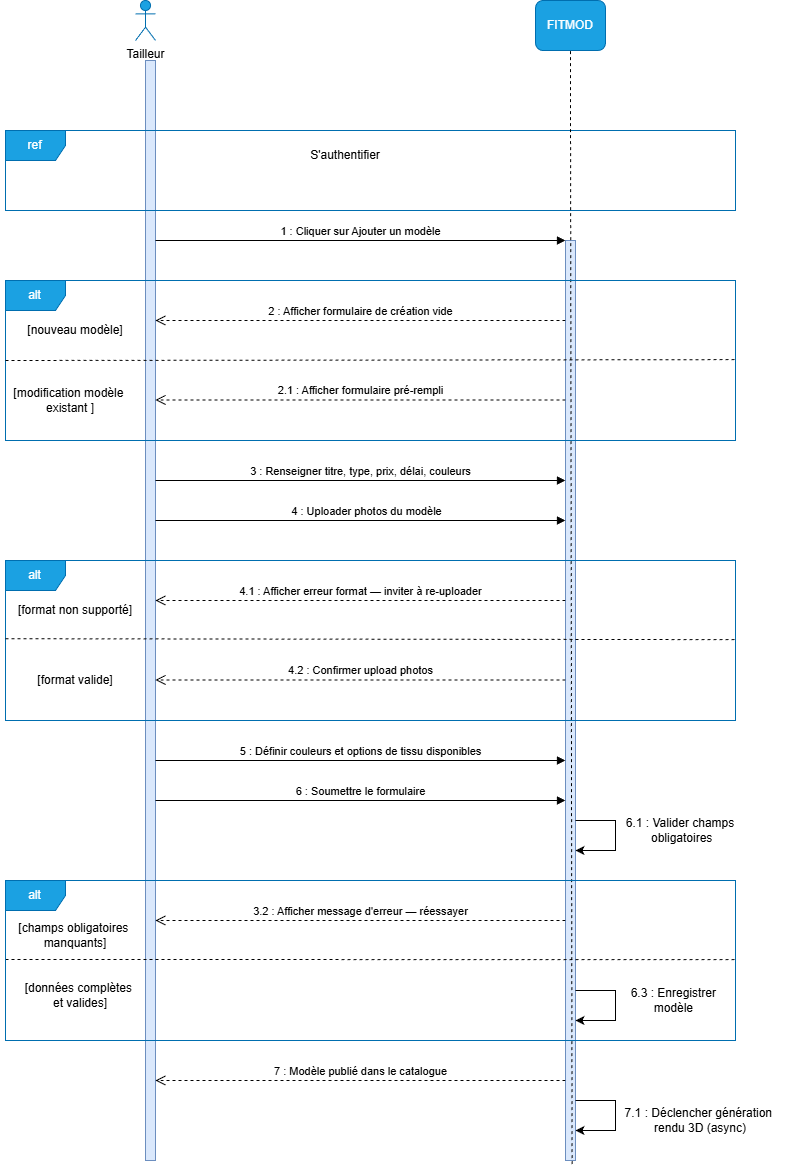
This is Tailleur_publier_commande_Sequence.png from Kim-SypherX/Soutenance, a draw.io export, as it was before one commit. Source tidied: cells renumbered, new cells last; positions are measured from the earlier drawing's top-left corner, leaving out a move shared by most shapes.
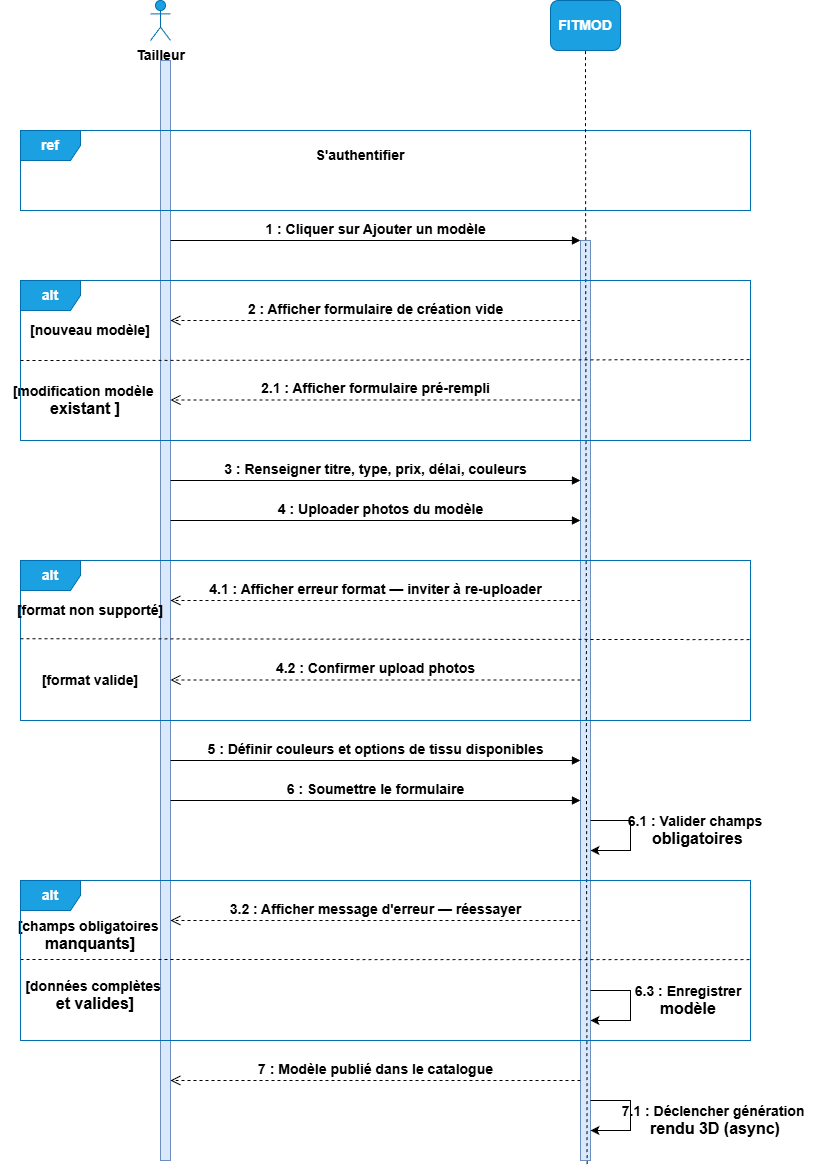
After the commit.

What changed in the source:
```diff
@@ -8,30 +8,30 @@
     <mxCell id="3" style="html=1;points=[[0,0,0,0,5],[0,1,0,0,-5],[1,0,0,0,5],[1,1,0,0,-5]];perimeter=orthogonalPerimeter;outlineConnect=0;targetShapes=umlLifeline;portConstraint=eastwest;newEdgeStyle={&quot;curved&quot;:0,&quot;rounded&quot;:0};fillColor=#dae8fc;strokeColor=#6c8ebf;" parent="1" vertex="1">
       <mxGeometry x="565" y="240" width="10" height="920" as="geometry" />
     </mxCell>
-    <mxCell id="4" value="&lt;span style=&quot;color: rgb(0, 0, 0);&quot;&gt;Tailleur&lt;/span&gt;" style="shape=umlActor;verticalLabelPosition=bottom;verticalAlign=top;html=1;fillColor=#1ba1e2;fontColor=#ffffff;strokeColor=#006EAF;" parent="1" vertex="1">
+    <mxCell id="4" value="&lt;span style=&quot;color: rgb(0, 0, 0);&quot;&gt;&lt;font style=&quot;font-size: 14px;&quot;&gt;&lt;b&gt;Tailleur&lt;/b&gt;&lt;/font&gt;&lt;/span&gt;" style="shape=umlActor;verticalLabelPosition=bottom;verticalAlign=top;html=1;fillColor=#1ba1e2;fontColor=#ffffff;strokeColor=#006EAF;" parent="1" vertex="1">
       <mxGeometry x="135" width="20" height="40" as="geometry" />
     </mxCell>
-    <mxCell id="5" value="FITMOD" style="rounded=1;whiteSpace=wrap;html=1;fillColor=#1ba1e2;fontColor=#ffffff;strokeColor=#006EAF;" parent="1" vertex="1">
+    <mxCell id="5" value="&lt;font style=&quot;font-size: 14px;&quot;&gt;&lt;b&gt;FITMOD&lt;/b&gt;&lt;/font&gt;" style="rounded=1;whiteSpace=wrap;html=1;fillColor=#1ba1e2;fontColor=#ffffff;strokeColor=#006EAF;" parent="1" vertex="1">
       <mxGeometry x="535" width="70" height="50" as="geometry" />
     </mxCell>
-    <mxCell id="6" value="S'authentifier" style="text;html=1;whiteSpace=wrap;strokeColor=none;fillColor=none;align=center;verticalAlign=middle;rounded=0;" parent="1" vertex="1">
+    <mxCell id="6" value="&lt;b&gt;&lt;font style=&quot;font-size: 14px;&quot;&gt;S'authentifier&lt;/font&gt;&lt;/b&gt;" style="text;html=1;whiteSpace=wrap;strokeColor=none;fillColor=none;align=center;verticalAlign=middle;rounded=0;" parent="1" vertex="1">
       <mxGeometry x="290" y="140" width="110" height="30" as="geometry" />
     </mxCell>
-    <mxCell id="7" value="1 : Cliquer sur Ajouter un&amp;nbsp;&lt;span lang=&quot;fr-BF&quot; style=&quot;font-family: Arial, sans-serif;&quot;&gt;&lt;font&gt;modèle&lt;/font&gt;&lt;/span&gt;" style="html=1;verticalAlign=bottom;endArrow=block;curved=0;rounded=0;" parent="1" edge="1" target="3">
+    <mxCell id="7" value="&lt;font style=&quot;font-size: 14px;&quot;&gt;&lt;b&gt;1 : Cliquer sur Ajouter un&amp;nbsp;&lt;span lang=&quot;fr-BF&quot; style=&quot;font-family: Arial, sans-serif;&quot;&gt;&lt;font&gt;modèle&lt;/font&gt;&lt;/span&gt;&lt;/b&gt;&lt;/font&gt;" style="html=1;verticalAlign=bottom;endArrow=block;curved=0;rounded=0;" parent="1" edge="1" target="3">
       <mxGeometry relative="1" as="geometry">
         <mxPoint x="155" y="240" as="sourcePoint" />
       </mxGeometry>
     </mxCell>
-    <mxCell id="8" value="3.2 : Afficher message d'erreur — réessayer" style="html=1;verticalAlign=bottom;endArrow=open;dashed=1;endSize=8;curved=0;rounded=0;" parent="1" edge="1">
+    <mxCell id="8" value="&lt;font style=&quot;font-size: 14px;&quot;&gt;&lt;b&gt;3.2 : Afficher message d'erreur — réessayer&lt;/b&gt;&lt;/font&gt;" style="html=1;verticalAlign=bottom;endArrow=open;dashed=1;endSize=8;curved=0;rounded=0;" parent="1" edge="1">
       <mxGeometry relative="1" as="geometry">
         <mxPoint x="565" y="920" as="sourcePoint" />
         <mxPoint x="155" y="920" as="targetPoint" />
       </mxGeometry>
     </mxCell>
-    <mxCell id="9" value="ref" style="shape=umlFrame;whiteSpace=wrap;html=1;fillColor=#1ba1e2;strokeColor=#006EAF;fontColor=#ffffff;" parent="1" vertex="1">
+    <mxCell id="9" value="&lt;font style=&quot;font-size: 14px;&quot;&gt;&lt;b&gt;ref&lt;/b&gt;&lt;/font&gt;" style="shape=umlFrame;whiteSpace=wrap;html=1;fillColor=#1ba1e2;strokeColor=#006EAF;fontColor=#ffffff;" parent="1" vertex="1">
       <mxGeometry x="5" y="130" width="730" height="80" as="geometry" />
     </mxCell>
-    <mxCell id="10" value="4.1 : Afficher erreur format — inviter à re-uploader" style="html=1;verticalAlign=bottom;endArrow=open;dashed=1;endSize=8;curved=0;rounded=0;" parent="1" edge="1">
+    <mxCell id="10" value="&lt;font style=&quot;font-size: 14px;&quot;&gt;&lt;b&gt;4.1 : Afficher erreur format — inviter à re-uploader&lt;/b&gt;&lt;/font&gt;" style="html=1;verticalAlign=bottom;endArrow=open;dashed=1;endSize=8;curved=0;rounded=0;" parent="1" edge="1">
       <mxGeometry relative="1" as="geometry">
         <mxPoint x="565" y="600" as="sourcePoint" />
         <mxPoint x="155" y="600" as="targetPoint" />
@@ -45,8 +45,8 @@
         </Array>
       </mxGeometry>
     </mxCell>
-    <mxCell id="12" value="[champs obligatoires&amp;nbsp;&lt;div&gt;manquants]&lt;/div&gt;" style="text;html=1;whiteSpace=wrap;strokeColor=none;fillColor=none;align=center;verticalAlign=middle;rounded=0;" parent="1" vertex="1">
-      <mxGeometry x="5" y="915" width="140" height="40" as="geometry" />
+    <mxCell id="12" value="&lt;font style=&quot;font-size: 14px;&quot;&gt;&lt;b&gt;[champs obligatoires&amp;nbsp;&lt;/b&gt;&lt;/font&gt;&lt;div&gt;&lt;font size=&quot;3&quot;&gt;&lt;b&gt;manquants]&lt;/b&gt;&lt;/font&gt;&lt;/div&gt;" style="text;html=1;whiteSpace=wrap;strokeColor=none;fillColor=none;align=center;verticalAlign=middle;rounded=0;" parent="1" vertex="1">
+      <mxGeometry x="-10" y="910" width="170" height="50" as="geometry" />
     </mxCell>
     <mxCell id="13" style="endArrow=none;dashed=1;html=1;rounded=0;entryX=1;entryY=0.561;entryDx=0;entryDy=0;entryPerimeter=0;" parent="1" edge="1">
       <mxGeometry relative="1" as="geometry">
@@ -54,34 +54,34 @@
         <mxPoint x="735" y="959.1" as="targetPoint" />
       </mxGeometry>
     </mxCell>
-    <mxCell id="14" value="[nouveau modèle]" style="text;html=1;whiteSpace=wrap;strokeColor=none;fillColor=none;align=center;verticalAlign=middle;rounded=0;" parent="1" vertex="1">
-      <mxGeometry x="15" y="315" width="120" height="30" as="geometry" />
+    <mxCell id="14" value="&lt;font style=&quot;font-size: 14px;&quot;&gt;&lt;b&gt;[nouveau modèle]&lt;/b&gt;&lt;/font&gt;" style="text;html=1;whiteSpace=wrap;strokeColor=none;fillColor=none;align=center;verticalAlign=middle;rounded=0;" parent="1" vertex="1">
+      <mxGeometry x="5" y="315" width="140" height="30" as="geometry" />
     </mxCell>
-    <mxCell id="15" value="&lt;div&gt;6.1 : Valider champs&lt;/div&gt;&lt;div&gt;&amp;nbsp;obligatoires&lt;/div&gt;" style="text;html=1;whiteSpace=wrap;strokeColor=none;fillColor=none;align=center;verticalAlign=middle;rounded=0;" parent="1" vertex="1">
-      <mxGeometry x="615" y="810" width="130" height="40" as="geometry" />
+    <mxCell id="15" value="&lt;div&gt;&lt;b&gt;&lt;font style=&quot;font-size: 14px;&quot;&gt;6.1 : Valider champs&lt;/font&gt;&lt;/b&gt;&lt;/div&gt;&lt;div&gt;&lt;b&gt;&lt;font size=&quot;3&quot;&gt;&amp;nbsp;obligatoires&lt;/font&gt;&lt;/b&gt;&lt;/div&gt;" style="text;html=1;whiteSpace=wrap;strokeColor=none;fillColor=none;align=center;verticalAlign=middle;rounded=0;" parent="1" vertex="1">
+      <mxGeometry x="600" y="805" width="160" height="50" as="geometry" />
     </mxCell>
-    <mxCell id="16" value="5 : Définir couleurs et options de tissu disponibles" style="html=1;verticalAlign=bottom;endArrow=block;curved=0;rounded=0;" parent="1" edge="1">
+    <mxCell id="16" value="&lt;b&gt;&lt;font style=&quot;font-size: 14px;&quot;&gt;5 : Définir couleurs et options de tissu disponibles&lt;/font&gt;&lt;/b&gt;" style="html=1;verticalAlign=bottom;endArrow=block;curved=0;rounded=0;" parent="1" edge="1">
       <mxGeometry relative="1" as="geometry">
         <mxPoint x="155" y="760" as="sourcePoint" />
         <mxPoint x="565" y="760" as="targetPoint" />
       </mxGeometry>
     </mxCell>
-    <mxCell id="17" value="4.2 : Confirmer upload photos" style="html=1;verticalAlign=bottom;endArrow=open;dashed=1;endSize=8;curved=0;rounded=0;" parent="1" edge="1">
+    <mxCell id="17" value="&lt;font style=&quot;font-size: 14px;&quot;&gt;&lt;b&gt;4.2 : Confirmer upload photos&lt;/b&gt;&lt;/font&gt;" style="html=1;verticalAlign=bottom;endArrow=open;dashed=1;endSize=8;curved=0;rounded=0;" parent="1" edge="1">
       <mxGeometry relative="1" as="geometry">
         <mxPoint x="565" y="679.5" as="sourcePoint" />
         <mxPoint x="155" y="679.5" as="targetPoint" />
       </mxGeometry>
     </mxCell>
-    <mxCell id="18" value="alt" style="shape=umlFrame;whiteSpace=wrap;html=1;fillColor=#1ba1e2;strokeColor=#006EAF;fontColor=#ffffff;" parent="1" vertex="1">
+    <mxCell id="18" value="&lt;b&gt;&lt;font style=&quot;font-size: 14px;&quot;&gt;alt&lt;/font&gt;&lt;/b&gt;" style="shape=umlFrame;whiteSpace=wrap;html=1;fillColor=#1ba1e2;strokeColor=#006EAF;fontColor=#ffffff;" parent="1" vertex="1">
       <mxGeometry x="5" y="880" width="730" height="160" as="geometry" />
     </mxCell>
-    <mxCell id="19" value="7 : Modèle publié dans le catalogue" style="html=1;verticalAlign=bottom;endArrow=open;dashed=1;endSize=8;curved=0;rounded=0;" parent="1" edge="1">
+    <mxCell id="19" value="&lt;font style=&quot;font-size: 14px;&quot;&gt;&lt;b&gt;7 : Modèle publié dans le catalogue&lt;/b&gt;&lt;/font&gt;" style="html=1;verticalAlign=bottom;endArrow=open;dashed=1;endSize=8;curved=0;rounded=0;" parent="1" edge="1">
       <mxGeometry relative="1" as="geometry">
         <mxPoint x="565" y="1080" as="sourcePoint" />
         <mxPoint x="155" y="1080" as="targetPoint" />
       </mxGeometry>
     </mxCell>
-    <mxCell id="20" value="6 : Soumettre le formulaire" style="html=1;verticalAlign=bottom;endArrow=block;curved=0;rounded=0;" parent="1" edge="1">
+    <mxCell id="20" value="&lt;font style=&quot;font-size: 14px;&quot;&gt;&lt;b&gt;6 : Soumettre le formulaire&lt;/b&gt;&lt;/font&gt;" style="html=1;verticalAlign=bottom;endArrow=block;curved=0;rounded=0;" parent="1" edge="1">
       <mxGeometry relative="1" as="geometry">
         <mxPoint x="155" y="800" as="sourcePoint" />
         <mxPoint x="565" y="800" as="targetPoint" />
@@ -97,7 +97,7 @@
         </Array>
       </mxGeometry>
     </mxCell>
-    <mxCell id="22" value="alt" style="shape=umlFrame;whiteSpace=wrap;html=1;fillColor=#1ba1e2;strokeColor=#006EAF;fontColor=#ffffff;" parent="1" vertex="1">
+    <mxCell id="22" value="&lt;font style=&quot;font-size: 14px;&quot;&gt;&lt;b&gt;alt&lt;/b&gt;&lt;/font&gt;" style="shape=umlFrame;whiteSpace=wrap;html=1;fillColor=#1ba1e2;strokeColor=#006EAF;fontColor=#ffffff;" parent="1" vertex="1">
       <mxGeometry x="5" y="560" width="730" height="160" as="geometry" />
     </mxCell>
     <mxCell id="23" style="endArrow=none;dashed=1;html=1;rounded=0;entryX=1;entryY=0.561;entryDx=0;entryDy=0;entryPerimeter=0;exitX=0;exitY=0.489;exitDx=0;exitDy=0;exitPerimeter=0;" parent="1" edge="1" source="22">
@@ -105,8 +105,8 @@
         <mxPoint x="735" y="639.1" as="targetPoint" />
       </mxGeometry>
     </mxCell>
-    <mxCell id="24" value="[données complètes&amp;nbsp;&lt;div&gt;et valides]&lt;/div&gt;" style="text;html=1;whiteSpace=wrap;strokeColor=none;fillColor=none;align=center;verticalAlign=middle;rounded=0;" parent="1" vertex="1">
-      <mxGeometry x="15" y="975" width="130" height="40" as="geometry" />
+    <mxCell id="24" value="&lt;b&gt;&lt;font style=&quot;font-size: 14px;&quot;&gt;[données complètes&amp;nbsp;&lt;/font&gt;&lt;/b&gt;&lt;div&gt;&lt;b&gt;&lt;font size=&quot;3&quot;&gt;et valides]&lt;/font&gt;&lt;/b&gt;&lt;/div&gt;" style="text;html=1;whiteSpace=wrap;strokeColor=none;fillColor=none;align=center;verticalAlign=middle;rounded=0;" parent="1" vertex="1">
+      <mxGeometry y="970" width="160" height="50" as="geometry" />
     </mxCell>
     <mxCell id="25" style="endArrow=classic;html=1;rounded=0;" parent="1" edge="1">
       <mxGeometry relative="1" as="geometry">
@@ -118,31 +118,31 @@
         </Array>
       </mxGeometry>
     </mxCell>
-    <mxCell id="26" value="&lt;div&gt;[modification modèle&amp;nbsp;&lt;/div&gt;&lt;div&gt;existant &lt;span style=&quot;background-color: transparent; color: light-dark(rgb(0, 0, 0), rgb(255, 255, 255));&quot;&gt;]&lt;/span&gt;&lt;/div&gt;" style="text;html=1;whiteSpace=wrap;strokeColor=none;fillColor=none;align=center;verticalAlign=middle;rounded=0;" parent="1" vertex="1">
-      <mxGeometry y="380" width="140" height="40" as="geometry" />
+    <mxCell id="26" value="&lt;div&gt;&lt;font style=&quot;font-size: 14px;&quot;&gt;&lt;b&gt;[modification modèle&amp;nbsp;&lt;/b&gt;&lt;/font&gt;&lt;/div&gt;&lt;div&gt;&lt;font size=&quot;3&quot;&gt;&lt;b&gt;existant &lt;span style=&quot;background-color: transparent; color: light-dark(rgb(0, 0, 0), rgb(255, 255, 255));&quot;&gt;]&lt;/span&gt;&lt;/b&gt;&lt;/font&gt;&lt;/div&gt;" style="text;html=1;whiteSpace=wrap;strokeColor=none;fillColor=none;align=center;verticalAlign=middle;rounded=0;" parent="1" vertex="1">
+      <mxGeometry x="-15" y="375" width="170" height="50" as="geometry" />
     </mxCell>
-    <mxCell id="27" value="&lt;div&gt;6.3 : Enregistrer&amp;nbsp;&lt;/div&gt;&lt;div&gt;modèle&amp;nbsp;&lt;/div&gt;" style="text;html=1;whiteSpace=wrap;strokeColor=none;fillColor=none;align=center;verticalAlign=middle;rounded=0;" parent="1" vertex="1">
-      <mxGeometry x="620" y="980" width="110" height="40" as="geometry" />
+    <mxCell id="27" value="&lt;div&gt;&lt;font style=&quot;font-size: 14px;&quot;&gt;&lt;b&gt;6.3 : Enregistrer&amp;nbsp;&lt;/b&gt;&lt;/font&gt;&lt;/div&gt;&lt;div&gt;&lt;font size=&quot;3&quot;&gt;&lt;b&gt;modèle&amp;nbsp;&lt;/b&gt;&lt;/font&gt;&lt;/div&gt;" style="text;html=1;whiteSpace=wrap;strokeColor=none;fillColor=none;align=center;verticalAlign=middle;rounded=0;" parent="1" vertex="1">
+      <mxGeometry x="610" y="975" width="130" height="50" as="geometry" />
     </mxCell>
-    <mxCell id="28" value="2 : Afficher formulaire de création vide" style="html=1;verticalAlign=bottom;endArrow=open;dashed=1;endSize=8;curved=0;rounded=0;" parent="1" edge="1">
+    <mxCell id="28" value="&lt;font style=&quot;font-size: 14px;&quot;&gt;&lt;b&gt;2 : Afficher formulaire de création vide&lt;/b&gt;&lt;/font&gt;" style="html=1;verticalAlign=bottom;endArrow=open;dashed=1;endSize=8;curved=0;rounded=0;" parent="1" edge="1">
       <mxGeometry relative="1" as="geometry">
         <mxPoint x="565" y="320" as="sourcePoint" />
         <mxPoint x="155" y="320" as="targetPoint" />
       </mxGeometry>
     </mxCell>
-    <mxCell id="29" value="3 : Renseigner titre, type, prix, délai, couleurs" style="html=1;verticalAlign=bottom;endArrow=block;curved=0;rounded=0;" parent="1" edge="1">
+    <mxCell id="29" value="&lt;font style=&quot;font-size: 14px;&quot;&gt;&lt;b&gt;3 : Renseigner titre, type, prix, délai, couleurs&lt;/b&gt;&lt;/font&gt;" style="html=1;verticalAlign=bottom;endArrow=block;curved=0;rounded=0;" parent="1" edge="1">
       <mxGeometry relative="1" as="geometry">
         <mxPoint x="155" y="480" as="sourcePoint" />
         <mxPoint x="565" y="480" as="targetPoint" />
       </mxGeometry>
     </mxCell>
-    <mxCell id="30" value="4 : Uploader photos du&amp;nbsp;&lt;span style=&quot;font-family: Arial, sans-serif;&quot;&gt;modèle&lt;/span&gt;" style="html=1;verticalAlign=bottom;endArrow=block;curved=0;rounded=0;" parent="1" edge="1">
+    <mxCell id="30" value="&lt;font style=&quot;font-size: 14px;&quot;&gt;&lt;b&gt;4 : Uploader photos du&amp;nbsp;&lt;span style=&quot;font-family: Arial, sans-serif;&quot;&gt;modèle&lt;/span&gt;&lt;/b&gt;&lt;/font&gt;" style="html=1;verticalAlign=bottom;endArrow=block;curved=0;rounded=0;" parent="1" edge="1">
       <mxGeometry x="0.02" relative="1" as="geometry">
         <mxPoint x="155" y="520" as="sourcePoint" />
         <mxPoint x="565" y="520" as="targetPoint" />
       </mxGeometry>
     </mxCell>
-    <mxCell id="31" value="alt" style="shape=umlFrame;whiteSpace=wrap;html=1;fillColor=#1ba1e2;strokeColor=#006EAF;fontColor=#ffffff;" parent="1" vertex="1">
+    <mxCell id="31" value="&lt;font style=&quot;font-size: 14px;&quot;&gt;&lt;b&gt;alt&lt;/b&gt;&lt;/font&gt;" style="shape=umlFrame;whiteSpace=wrap;html=1;fillColor=#1ba1e2;strokeColor=#006EAF;fontColor=#ffffff;" parent="1" vertex="1">
       <mxGeometry x="5" y="280" width="730" height="160" as="geometry" />
     </mxCell>
     <mxCell id="32" style="endArrow=none;dashed=1;html=1;rounded=0;entryX=1;entryY=0.561;entryDx=0;entryDy=0;entryPerimeter=0;" parent="1" edge="1">
@@ -151,17 +151,17 @@
         <mxPoint x="735" y="359.1" as="targetPoint" />
       </mxGeometry>
     </mxCell>
-    <mxCell id="33" value="2.1 : Afficher formulaire pré-rempli" style="html=1;verticalAlign=bottom;endArrow=open;dashed=1;endSize=8;curved=0;rounded=0;" parent="1" edge="1">
+    <mxCell id="33" value="&lt;font style=&quot;font-size: 14px;&quot;&gt;&lt;b&gt;2.1 : Afficher formulaire pré-rempli&lt;/b&gt;&lt;/font&gt;" style="html=1;verticalAlign=bottom;endArrow=open;dashed=1;endSize=8;curved=0;rounded=0;" parent="1" edge="1">
       <mxGeometry relative="1" as="geometry">
         <mxPoint x="565" y="399.5" as="sourcePoint" />
         <mxPoint x="155" y="399.5" as="targetPoint" />
       </mxGeometry>
     </mxCell>
-    <mxCell id="34" value="&lt;div&gt;[format valide&lt;span style=&quot;background-color: transparent; color: light-dark(rgb(0, 0, 0), rgb(255, 255, 255));&quot;&gt;]&lt;/span&gt;&lt;/div&gt;" style="text;html=1;whiteSpace=wrap;strokeColor=none;fillColor=none;align=center;verticalAlign=middle;rounded=0;" parent="1" vertex="1">
-      <mxGeometry x="25" y="665" width="100" height="30" as="geometry" />
+    <mxCell id="34" value="&lt;div&gt;&lt;b&gt;&lt;font style=&quot;font-size: 14px;&quot;&gt;[format valide&lt;span style=&quot;background-color: transparent; color: light-dark(rgb(0, 0, 0), rgb(255, 255, 255));&quot;&gt;]&lt;/span&gt;&lt;/font&gt;&lt;/b&gt;&lt;/div&gt;" style="text;html=1;whiteSpace=wrap;strokeColor=none;fillColor=none;align=center;verticalAlign=middle;rounded=0;" parent="1" vertex="1">
+      <mxGeometry x="15" y="665" width="120" height="30" as="geometry" />
     </mxCell>
-    <mxCell id="35" value="[format non supporté]" style="text;html=1;whiteSpace=wrap;strokeColor=none;fillColor=none;align=center;verticalAlign=middle;rounded=0;" parent="1" vertex="1">
-      <mxGeometry x="5" y="595" width="140" height="30" as="geometry" />
+    <mxCell id="35" value="&lt;font style=&quot;font-size: 14px;&quot;&gt;&lt;b&gt;[format non supporté]&lt;/b&gt;&lt;/font&gt;" style="text;html=1;whiteSpace=wrap;strokeColor=none;fillColor=none;align=center;verticalAlign=middle;rounded=0;" parent="1" vertex="1">
+      <mxGeometry x="-10" y="595" width="170" height="30" as="geometry" />
     </mxCell>
     <mxCell id="36" style="endArrow=classic;html=1;rounded=0;" parent="1" edge="1">
       <mxGeometry relative="1" as="geometry">
@@ -173,8 +173,8 @@
         </Array>
       </mxGeometry>
     </mxCell>
-    <mxCell id="37" value="7.1 : Déclencher génération&amp;nbsp;&lt;div&gt;rendu&amp;nbsp;&lt;span style=&quot;background-color: transparent; color: light-dark(rgb(0, 0, 0), rgb(255, 255, 255));&quot;&gt;3D (async)&lt;/span&gt;&lt;/div&gt;" style="text;html=1;whiteSpace=wrap;strokeColor=none;fillColor=none;align=center;verticalAlign=middle;rounded=0;" parent="1" vertex="1">
-      <mxGeometry x="615" y="1100" width="170" height="40" as="geometry" />
+    <mxCell id="37" value="&lt;font style=&quot;font-size: 14px;&quot;&gt;&lt;b&gt;7.1 : Déclencher génération&amp;nbsp;&lt;/b&gt;&lt;/font&gt;&lt;div&gt;&lt;font size=&quot;3&quot;&gt;&lt;b&gt;rendu&amp;nbsp;&lt;span style=&quot;background-color: transparent; color: light-dark(rgb(0, 0, 0), rgb(255, 255, 255));&quot;&gt;3D (async)&lt;/span&gt;&lt;/b&gt;&lt;/font&gt;&lt;/div&gt;" style="text;html=1;whiteSpace=wrap;strokeColor=none;fillColor=none;align=center;verticalAlign=middle;rounded=0;" parent="1" vertex="1">
+      <mxGeometry x="595" y="1095" width="210" height="50" as="geometry" />
     </mxCell>
   </root>
 </mxGraphModel>
```
